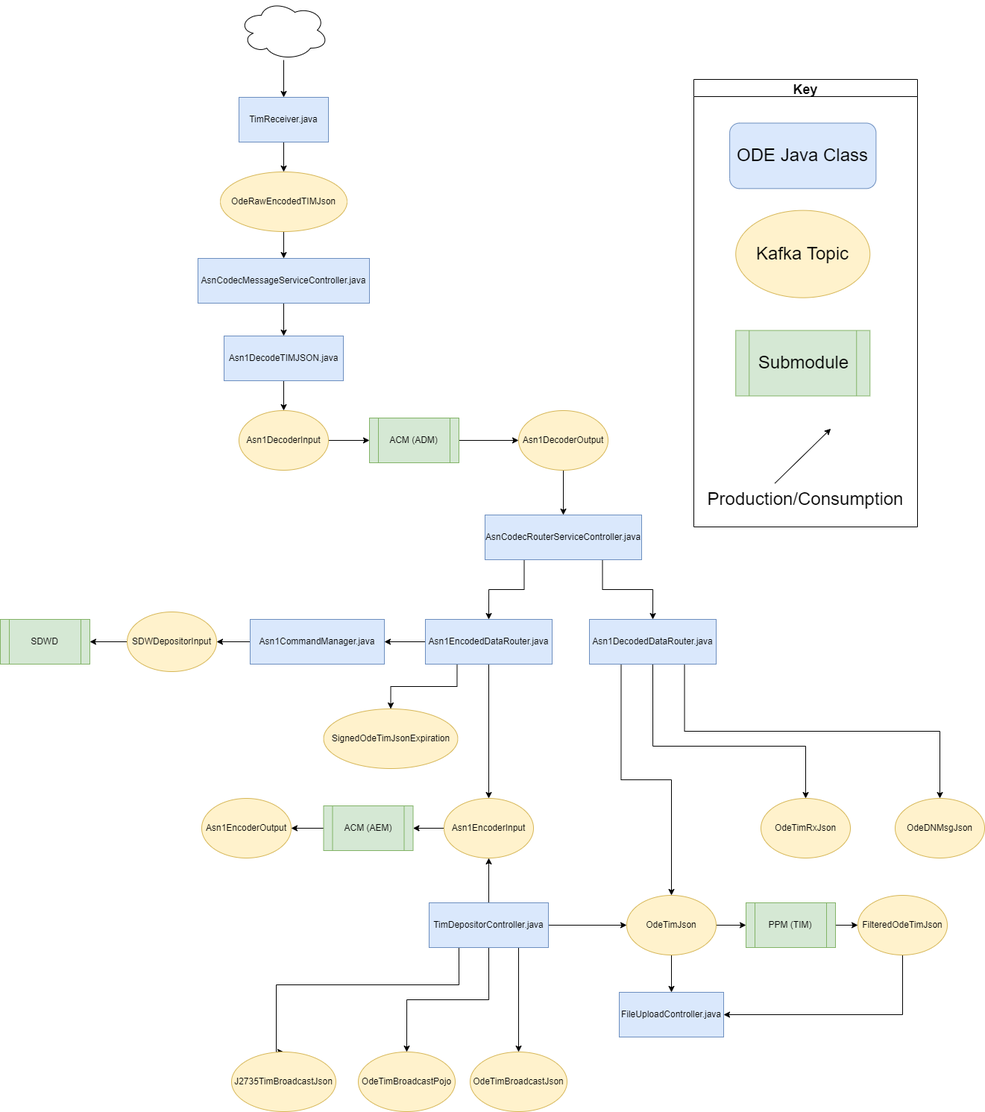
Earlier version of the draw.io export docs/data-flow-diagrams/tim/TIM Data Flow.drawio.png (usdot-jpo-ode/jpo-ode). Source tidied: cells renumbered, new cells last; positions are measured from the earlier drawing's top-left corner, leaving out a move shared by most shapes.
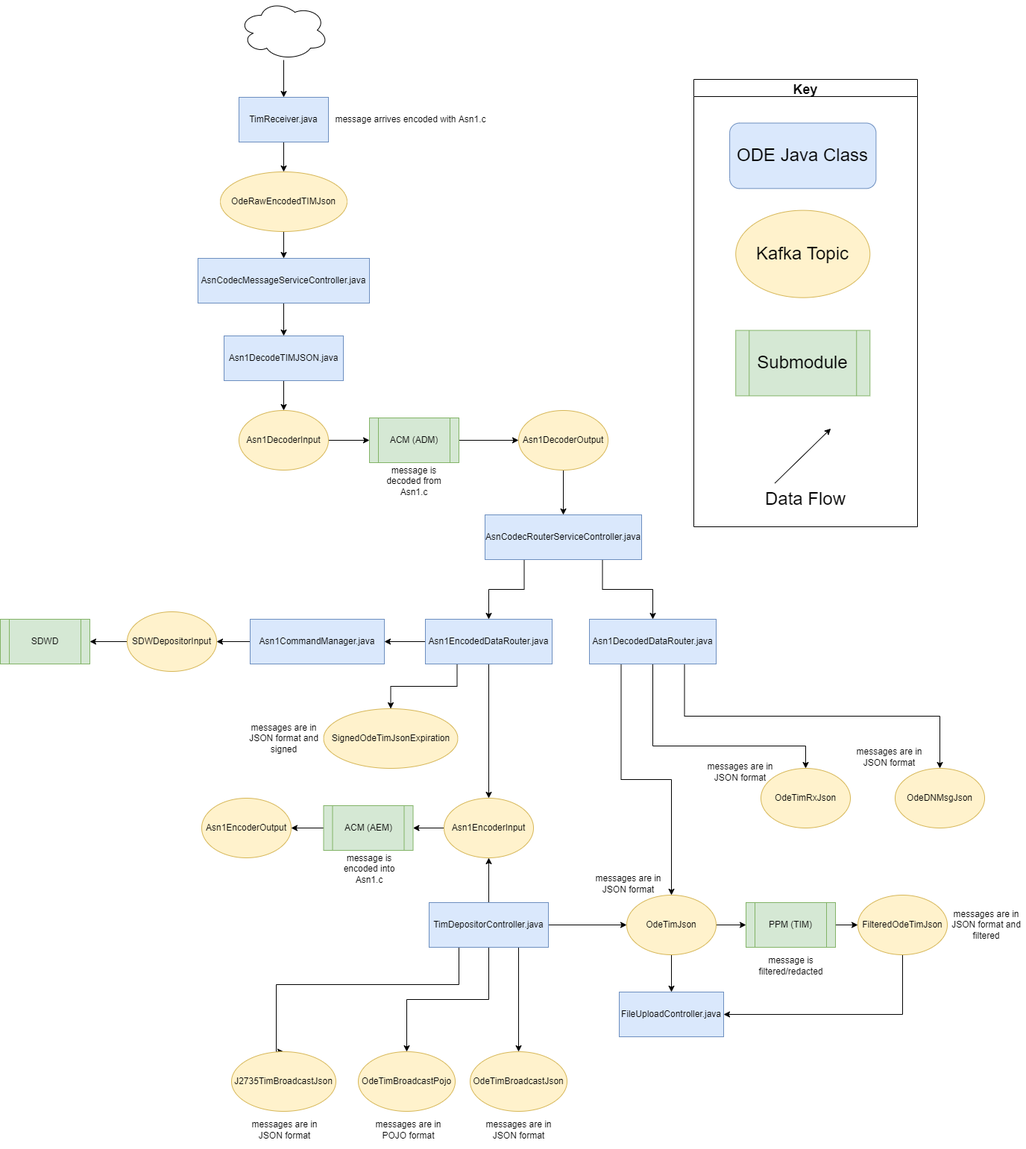
The same diagram one commit later.

Commit message:
Added contextual explanations to the TIM Data Flow diagram.

What changed in the source:
```diff
@@ -65,10 +65,10 @@
       <mxGeometry x="300" y="450" width="160" height="60" as="geometry" />
     </mxCell>
     <mxCell id="21" value="OdeDNMsgJson" style="ellipse;whiteSpace=wrap;html=1;fillColor=#fff2cc;strokeColor=#d6b656;" parent="1" vertex="1">
-      <mxGeometry x="1200" y="1070" width="120" height="80" as="geometry" />
+      <mxGeometry x="1200" y="1030" width="120" height="80" as="geometry" />
     </mxCell>
     <mxCell id="22" value="OdeTimRxJson" style="ellipse;whiteSpace=wrap;html=1;fillColor=#fff2cc;strokeColor=#d6b656;" parent="1" vertex="1">
-      <mxGeometry x="1020" y="1070" width="120" height="80" as="geometry" />
+      <mxGeometry x="1020" y="1030" width="120" height="80" as="geometry" />
     </mxCell>
     <mxCell id="23" style="edgeStyle=orthogonalEdgeStyle;rounded=0;jettySize=auto;html=1;entryX=0;entryY=0.5;entryDx=0;entryDy=0;exitX=1;exitY=0.5;exitDx=0;exitDy=0;" parent="1" edge="1" source="25" target="34">
       <mxGeometry relative="1" as="geometry" />
@@ -192,8 +192,8 @@
     <mxCell id="61" value="Key" style="swimlane;labelBackgroundColor=none;fontSize=18;" parent="59" vertex="1">
       <mxGeometry width="300" height="600" as="geometry" />
     </mxCell>
-    <mxCell id="62" value="&lt;font style=&quot;font-size: 24px&quot;&gt;Production/Consumption&lt;/font&gt;" style="text;html=1;strokeColor=none;fillColor=none;align=center;verticalAlign=middle;whiteSpace=wrap;rounded=0;labelBackgroundColor=none;" parent="61" vertex="1">
-      <mxGeometry x="105" y="541.5" width="90" height="43.9" as="geometry" />
+    <mxCell id="62" value="&lt;font style=&quot;font-size: 24px&quot;&gt;Data Flow&lt;/font&gt;" style="text;html=1;strokeColor=none;fillColor=none;align=center;verticalAlign=middle;whiteSpace=wrap;rounded=0;labelBackgroundColor=none;" parent="61" vertex="1">
+      <mxGeometry x="80" y="541.5" width="140" height="43.9" as="geometry" />
     </mxCell>
     <mxCell id="63" style="endArrow=classic;html=1;rounded=0;labelBackgroundColor=none;" parent="61" edge="1">
       <mxGeometry relative="1" as="geometry">
@@ -207,5 +207,41 @@
     <mxCell id="65" value="&lt;font style=&quot;font-size: 24px&quot;&gt;ODE Java Class&lt;/font&gt;" style="rounded=1;whiteSpace=wrap;html=1;fillColor=#dae8fc;strokeColor=#6c8ebf;labelBackgroundColor=none;" parent="61" vertex="1">
       <mxGeometry x="48.1" y="58.5" width="196.2" height="87.8" as="geometry" />
     </mxCell>
+    <mxCell id="66" value="message arrives encoded with Asn1.c" style="text;html=1;align=center;verticalAlign=middle;strokeColor=none;fillColor=none;" parent="1" vertex="1">
+      <mxGeometry x="440" y="150" width="220" height="20" as="geometry" />
+    </mxCell>
+    <mxCell id="67" value="message is decoded from Asn1.c" style="text;html=1;strokeColor=none;fillColor=none;align=center;verticalAlign=middle;whiteSpace=wrap;rounded=0;" parent="1" vertex="1">
+      <mxGeometry x="500" y="620" width="110" height="50" as="geometry" />
+    </mxCell>
+    <mxCell id="68" value="message is filtered/redacted" style="text;html=1;strokeColor=none;fillColor=none;align=center;verticalAlign=middle;whiteSpace=wrap;rounded=0;" parent="1" vertex="1">
+      <mxGeometry x="1007.5" y="1270" width="105" height="50" as="geometry" />
+    </mxCell>
+    <mxCell id="69" value="message is encoded into Asn1.c" style="text;html=1;strokeColor=none;fillColor=none;align=center;verticalAlign=middle;whiteSpace=wrap;rounded=0;" parent="1" vertex="1">
+      <mxGeometry x="440" y="1140" width="110" height="50" as="geometry" />
+    </mxCell>
+    <mxCell id="70" value="messages are in JSON format" style="text;html=1;strokeColor=none;fillColor=none;align=center;verticalAlign=middle;whiteSpace=wrap;rounded=0;" parent="1" vertex="1">
+      <mxGeometry x="790" y="1160" width="105" height="50" as="geometry" />
+    </mxCell>
+    <mxCell id="71" value="messages are in JSON format" style="text;html=1;strokeColor=none;fillColor=none;align=center;verticalAlign=middle;whiteSpace=wrap;rounded=0;" parent="1" vertex="1">
+      <mxGeometry x="940" y="1010" width="105" height="50" as="geometry" />
+    </mxCell>
+    <mxCell id="72" value="messages are in JSON format" style="text;html=1;strokeColor=none;fillColor=none;align=center;verticalAlign=middle;whiteSpace=wrap;rounded=0;" parent="1" vertex="1">
+      <mxGeometry x="1140" y="990" width="105" height="50" as="geometry" />
+    </mxCell>
+    <mxCell id="73" value="messages are in JSON format and signed" style="text;html=1;strokeColor=none;fillColor=none;align=center;verticalAlign=middle;whiteSpace=wrap;rounded=0;" parent="1" vertex="1">
+      <mxGeometry x="327.5" y="965" width="105" height="50" as="geometry" />
+    </mxCell>
+    <mxCell id="74" value="messages are in JSON format" style="text;html=1;strokeColor=none;fillColor=none;align=center;verticalAlign=middle;whiteSpace=wrap;rounded=0;" parent="1" vertex="1">
+      <mxGeometry x="642.5" y="1490" width="105" height="50" as="geometry" />
+    </mxCell>
+    <mxCell id="75" value="messages are in JSON format" style="text;html=1;strokeColor=none;fillColor=none;align=center;verticalAlign=middle;whiteSpace=wrap;rounded=0;" parent="1" vertex="1">
+      <mxGeometry x="328.5" y="1490" width="105" height="50" as="geometry" />
+    </mxCell>
+    <mxCell id="76" value="messages are in POJO format" style="text;html=1;strokeColor=none;fillColor=none;align=center;verticalAlign=middle;whiteSpace=wrap;rounded=0;" parent="1" vertex="1">
+      <mxGeometry x="495" y="1490" width="105" height="50" as="geometry" />
+    </mxCell>
+    <mxCell id="77" value="messages are in JSON format and filtered" style="text;html=1;strokeColor=none;fillColor=none;align=center;verticalAlign=middle;whiteSpace=wrap;rounded=0;" parent="1" vertex="1">
+      <mxGeometry x="1270" y="1215" width="105" height="50" as="geometry" />
+    </mxCell>
   </root>
 </mxGraphModel>
```
